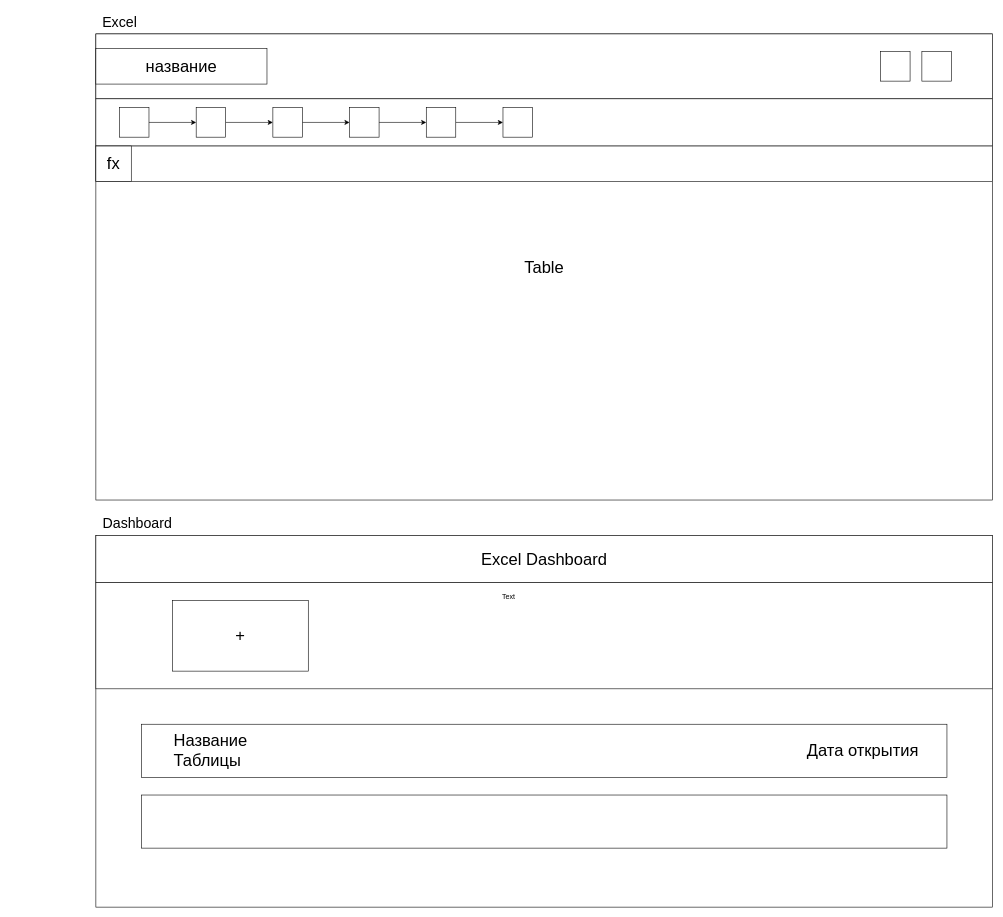
This is src/scss/Диаграмма без названия.drawio from Alexander-Sab/Think_Senor, a draw.io file, before an edit. Source tidied: cells renumbered, new cells numbered last; positions are measured from the earlier drawing's top-left corner, leaving out a move shared by most shapes. Both pictures are drawn from the tidied source at 59%, with x=0, y=0 at pixel (96, 10).
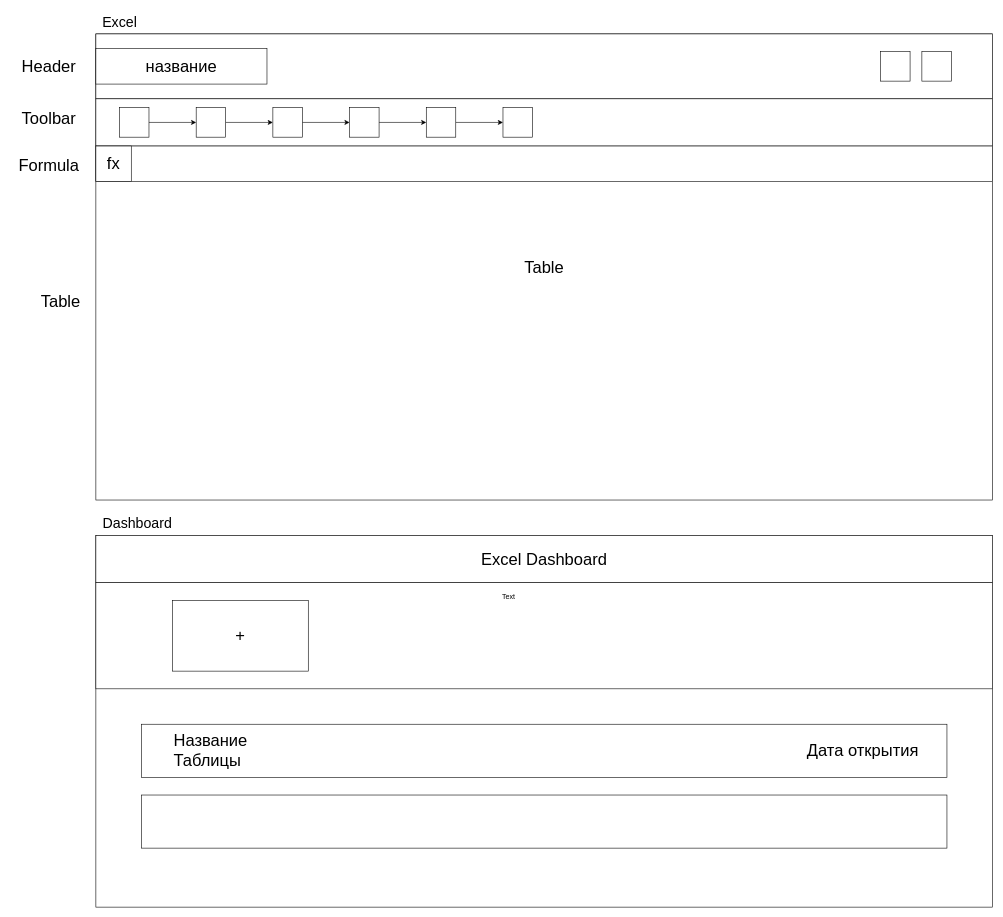
Above is the later version.

Change to the diagram source:
```diff
@@
+    <mxCell id="32" value="&lt;span style=&quot;font-size: 28px;&quot;&gt;Header&lt;/span&gt;" style="text;html=1;align=center;verticalAlign=middle;strokeColor=none;fillColor=none;fontSize=28;" parent="1" vertex="1">
+      <mxGeometry x="-140" y="70" width="120" height="50" as="geometry" />
+    </mxCell>
+    <mxCell id="33" value="&lt;font style=&quot;font-size: 28px;&quot;&gt;Toolbar&lt;/font&gt;" style="text;html=1;align=center;verticalAlign=middle;strokeColor=none;fillColor=none;" parent="1" vertex="1">
+      <mxGeometry x="-140" y="158" width="120" height="50" as="geometry" />
+    </mxCell>
+    <mxCell id="34" value="&lt;font style=&quot;font-size: 28px;&quot;&gt;Formula&lt;/font&gt;" style="text;html=1;align=center;verticalAlign=middle;strokeColor=none;fillColor=none;" parent="1" vertex="1">
+      <mxGeometry x="-145" y="238" width="130" height="50" as="geometry" />
+    </mxCell>
+    <mxCell id="35" value="&lt;font style=&quot;font-size: 28px;&quot;&gt;Table&lt;/font&gt;" style="text;html=1;align=center;verticalAlign=middle;strokeColor=none;fillColor=none;" parent="1" vertex="1">
+      <mxGeometry x="-105" y="468" width="90" height="50" as="geometry" />
+    </mxCell>
```
